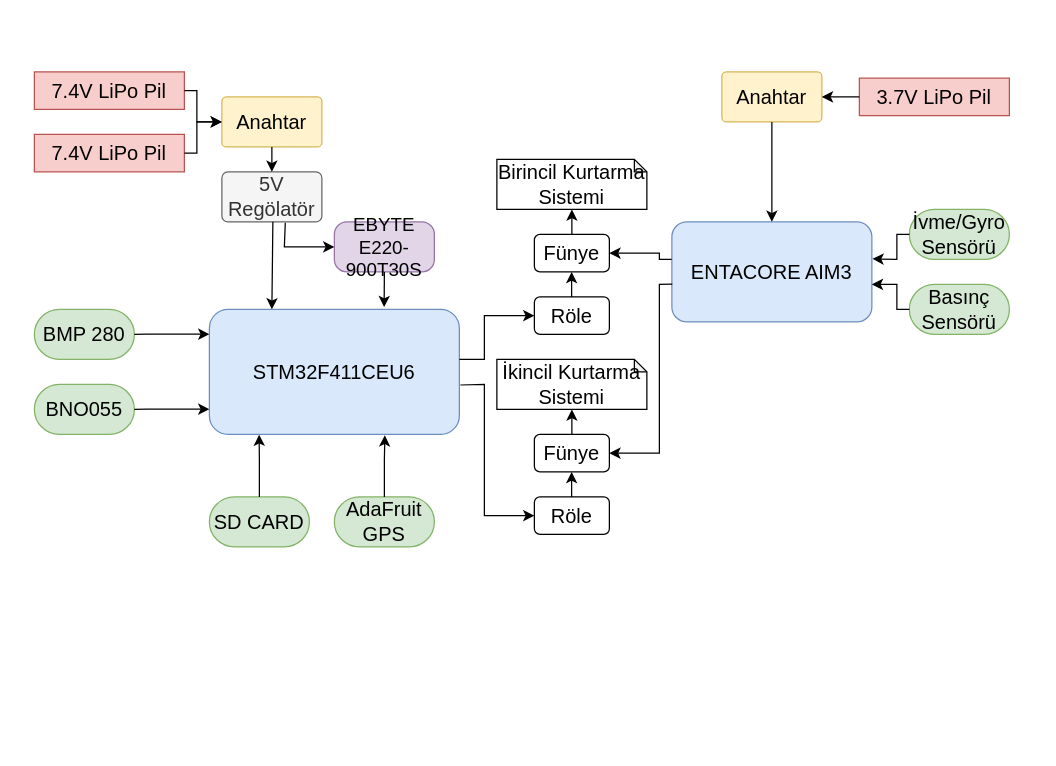
This is Başlıksız Diyagram.drawio from cemmgrgn/cemgirgin.github.io, a draw.io file, before an edit. Source tidied: cells renumbered, new cells numbered last; positions are measured from the earlier drawing's top-left corner, leaving out a move shared by most shapes. Both pictures are drawn from the tidied source at 125%, with x=0, y=0 at pixel (34, 71).
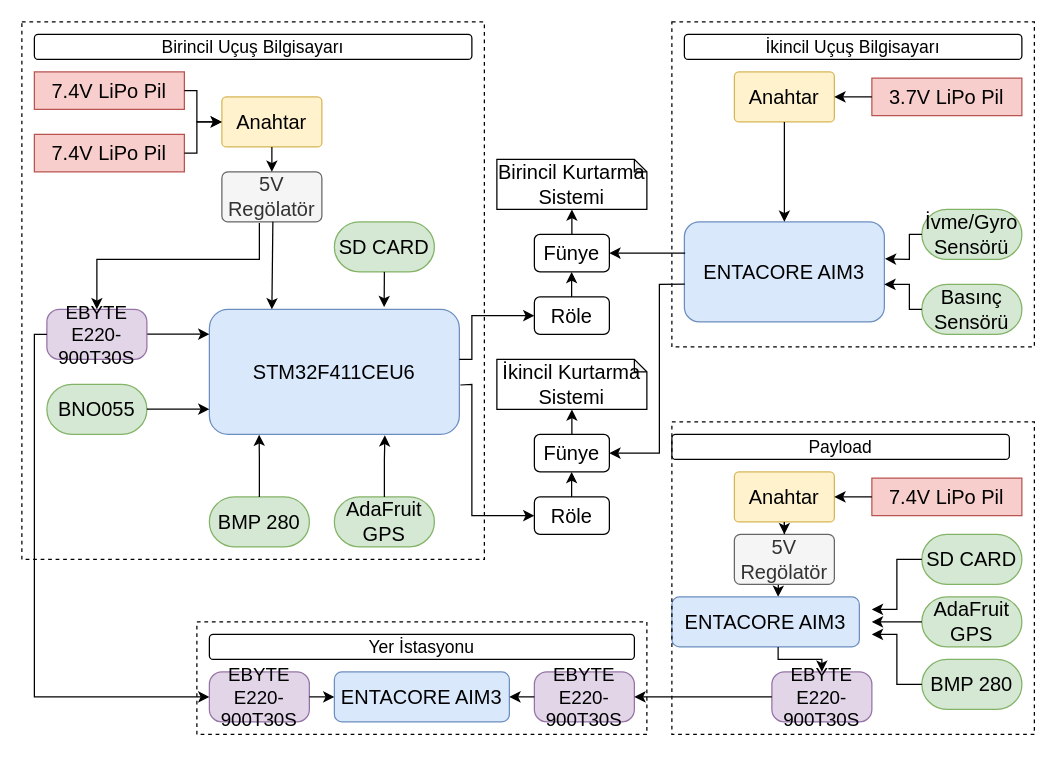
After the change.

Unchanged cells that the change refers to:
```xml
<mxCell id="5" value="5V Regölatör" style="rounded=1;whiteSpace=wrap;html=1;arcSize=12;fillColor=#f5f5f5;fontColor=#333333;strokeColor=#666666;fontFamily=Calibri;fontSize=16;" parent="1" vertex="1">
  <mxGeometry x="150" y="80" width="80" height="40" as="geometry" />
</mxCell>
<mxCell id="6" value="STM32F411CEU6" style="rounded=1;whiteSpace=wrap;html=1;fillColor=#dae8fc;strokeColor=#6c8ebf;fontFamily=Calibri;fontSize=16;" parent="1" vertex="1">
  <mxGeometry x="140" y="190" width="200" height="100" as="geometry" />
</mxCell>
<mxCell id="24" value="Röle" style="rounded=1;whiteSpace=wrap;html=1;fontFamily=Calibri;fontSize=16;" parent="1" vertex="1">
  <mxGeometry x="400" y="180" width="60" height="30" as="geometry" />
</mxCell>
<mxCell id="29" value="Röle" style="rounded=1;whiteSpace=wrap;html=1;fontFamily=Calibri;fontSize=16;" parent="1" vertex="1">
  <mxGeometry x="400" y="340" width="60" height="30" as="geometry" />
</mxCell>
```

What changed in the source:
```diff
@@
-    <mxCell id="7" value="EBYTE E220-900T30S" style="rounded=1;whiteSpace=wrap;html=1;arcSize=25;fillColor=#e1d5e7;strokeColor=#9673a6;fontFamily=Calibri;fontSize=15;" parent="1" vertex="1">
-      <mxGeometry x="240" y="120" width="80" height="40" as="geometry" />
-    </mxCell>
     <mxCell id="8" value="BMP 280" style="rounded=1;whiteSpace=wrap;html=1;arcSize=50;fillColor=#d5e8d4;strokeColor=#82b366;fontFamily=Calibri;fontSize=16;" parent="1" vertex="1">
-      <mxGeometry y="190" width="80" height="40" as="geometry" />
+      <mxGeometry x="140" y="340" width="80" height="40" as="geometry" />
     </mxCell>
     <mxCell id="9" value="BNO055" style="rounded=1;whiteSpace=wrap;html=1;arcSize=50;fillColor=#d5e8d4;strokeColor=#82b366;fontFamily=Calibri;fontSize=16;" parent="1" vertex="1">
-      <mxGeometry y="250" width="80" height="40" as="geometry" />
+      <mxGeometry x="10" y="250" width="80" height="40" as="geometry" />
     </mxCell>
     <mxCell id="10" value="SD CARD" style="rounded=1;whiteSpace=wrap;html=1;arcSize=50;fillColor=#d5e8d4;strokeColor=#82b366;fontFamily=Calibri;fontSize=16;" parent="1" vertex="1">
-      <mxGeometry x="140" y="340" width="80" height="40" as="geometry" />
+      <mxGeometry x="240" y="120" width="80" height="40" as="geometry" />
     </mxCell>
@@
     <mxCell id="13" style="endArrow=classic;html=1;rounded=0;fontFamily=Calibri;fontSize=16;" parent="1" edge="1">
       <mxGeometry relative="1" as="geometry">
         <mxPoint x="90" y="269.8" as="sourcePoint" />
         <mxPoint x="140" y="269.8" as="targetPoint" />
-        <Array as="points">
-          <mxPoint x="80" y="270" />
-          <mxPoint x="90" y="269.8" />
-        </Array>
       </mxGeometry>
     </mxCell>
-    <mxCell id="14" style="endArrow=classic;html=1;rounded=0;entryX=0.199;entryY=1.002;entryDx=0;entryDy=0;entryPerimeter=0;exitX=0.5;exitY=0;exitDx=0;exitDy=0;fontFamily=Calibri;fontSize=16;" parent="1" edge="1" source="10" target="6">
+    <mxCell id="14" style="endArrow=classic;html=1;rounded=0;entryX=0.199;entryY=1.002;entryDx=0;entryDy=0;entryPerimeter=0;fontFamily=Calibri;fontSize=16;" parent="1" edge="1" target="6">
       <mxGeometry relative="1" as="geometry">
+        <mxPoint x="180" y="340" as="sourcePoint" />
         <Array as="points">
           <mxPoint x="180" y="340" />
           <mxPoint x="180" y="330" />
           <mxPoint x="180" y="310" />
         </Array>
       </mxGeometry>
     </mxCell>
@@
-    <mxCell id="16" style="endArrow=classic;html=1;rounded=0;exitX=0.5;exitY=1;exitDx=0;exitDy=0;entryX=0.699;entryY=-0.018;entryDx=0;entryDy=0;entryPerimeter=0;fontFamily=Calibri;fontSize=16;" parent="1" edge="1" source="7" target="6">
-      <mxGeometry relative="1" as="geometry" />
+    <mxCell id="16" style="endArrow=classic;html=1;rounded=0;exitX=0.5;exitY=1;exitDx=0;exitDy=0;entryX=0.699;entryY=-0.018;entryDx=0;entryDy=0;entryPerimeter=0;fontFamily=Calibri;fontSize=16;" parent="1" edge="1" target="6">
+      <mxGeometry relative="1" as="geometry">
+        <mxPoint x="280" y="160" as="sourcePoint" />
+      </mxGeometry>
     </mxCell>
-    <mxCell id="17" style="endArrow=classic;html=1;rounded=0;entryX=0;entryY=0.5;entryDx=0;entryDy=0;exitX=0.634;exitY=1.019;exitDx=0;exitDy=0;exitPerimeter=0;fontFamily=Calibri;fontSize=16;" parent="1" edge="1" source="5" target="7">
+    <mxCell id="17" style="endArrow=classic;html=1;rounded=0;entryX=0.5;entryY=0;entryDx=0;entryDy=0;exitX=0.375;exitY=1.023;exitDx=0;exitDy=0;exitPerimeter=0;fontFamily=Calibri;fontSize=16;" parent="1" edge="1" source="5" target="63">
       <mxGeometry relative="1" as="geometry">
         <Array as="points">
-          <mxPoint x="200" y="140" />
+          <mxPoint x="180" y="150" />
+          <mxPoint x="50" y="150" />
         </Array>
       </mxGeometry>
     </mxCell>
@@
     <mxCell id="32" style="endArrow=classic;html=1;rounded=0;exitX=1.004;exitY=0.605;exitDx=0;exitDy=0;exitPerimeter=0;entryX=0;entryY=0.5;entryDx=0;entryDy=0;fontFamily=Calibri;fontSize=16;" parent="1" edge="1" source="6" target="29">
       <mxGeometry relative="1" as="geometry">
         <Array as="points">
-          <mxPoint x="360" y="250" />
-          <mxPoint x="360" y="355" />
+          <mxPoint x="350" y="250" />
+          <mxPoint x="350" y="355" />
         </Array>
       </mxGeometry>
     </mxCell>
     <mxCell id="33" style="endArrow=classic;html=1;rounded=0;entryX=0;entryY=0.5;entryDx=0;entryDy=0;fontFamily=Calibri;fontSize=16;" parent="1" edge="1" target="24">
       <mxGeometry relative="1" as="geometry">
         <mxPoint x="340" y="230" as="sourcePoint" />
         <Array as="points">
-          <mxPoint x="360" y="230" />
-          <mxPoint x="360" y="195" />
+          <mxPoint x="350" y="230" />
+          <mxPoint x="350" y="195" />
         </Array>
       </mxGeometry>
     </mxCell>
     <mxCell id="34" value="3.7V LiPo Pil" style="rounded=1;whiteSpace=wrap;html=1;arcSize=0;fillColor=#f8cecc;strokeColor=#b85450;fontFamily=Calibri;fontSize=16;" parent="1" vertex="1">
-      <mxGeometry x="660" y="5" width="120" height="30" as="geometry" />
+      <mxGeometry x="670" y="5" width="120" height="30" as="geometry" />
     </mxCell>
     <mxCell id="35" value="Anahtar" style="rounded=1;whiteSpace=wrap;html=1;arcSize=9;fillColor=#fff2cc;strokeColor=#d6b656;fontFamily=Calibri;fontSize=16;" parent="1" vertex="1">
-      <mxGeometry x="550" width="80" height="40" as="geometry" />
+      <mxGeometry x="560" width="80" height="40" as="geometry" />
     </mxCell>
     <mxCell id="36" value="ENTACORE AIM3" style="rounded=1;whiteSpace=wrap;html=1;fillColor=#dae8fc;strokeColor=#6c8ebf;fontFamily=Calibri;fontSize=16;" parent="1" vertex="1">
-      <mxGeometry x="510" y="120" width="160" height="80" as="geometry" />
+      <mxGeometry x="520" y="120" width="160" height="80" as="geometry" />
     </mxCell>
@@
     <mxCell id="39" value="İvme/Gyro Sensörü" style="rounded=1;whiteSpace=wrap;html=1;arcSize=50;fillColor=#d5e8d4;strokeColor=#82b366;fontFamily=Calibri;fontSize=16;" parent="1" vertex="1">
-      <mxGeometry x="700" y="110" width="80" height="40" as="geometry" />
+      <mxGeometry x="710" y="110" width="80" height="40" as="geometry" />
     </mxCell>
     <mxCell id="40" value="Basınç Sensörü" style="rounded=1;whiteSpace=wrap;html=1;arcSize=50;fillColor=#d5e8d4;strokeColor=#82b366;fontFamily=Calibri;fontSize=16;" parent="1" vertex="1">
-      <mxGeometry x="700" y="170" width="80" height="40" as="geometry" />
+      <mxGeometry x="710" y="170" width="80" height="40" as="geometry" />
     </mxCell>
     <mxCell id="41" style="endArrow=classic;html=1;rounded=0;exitX=0;exitY=0.5;exitDx=0;exitDy=0;entryX=1.006;entryY=0.611;entryDx=0;entryDy=0;entryPerimeter=0;fontFamily=Calibri;fontSize=16;" parent="1" edge="1" source="40">
       <mxGeometry relative="1" as="geometry">
-        <mxPoint x="670" y="170" as="targetPoint" />
+        <mxPoint x="680" y="170" as="targetPoint" />
         <Array as="points">
-          <mxPoint x="690" y="190" />
-          <mxPoint x="690" y="170" />
+          <mxPoint x="700" y="190" />
+          <mxPoint x="700" y="170" />
         </Array>
       </mxGeometry>
     </mxCell>
     <mxCell id="42" style="endArrow=classic;html=1;rounded=0;entryX=1.003;entryY=0.37;entryDx=0;entryDy=0;entryPerimeter=0;exitX=0;exitY=0.5;exitDx=0;exitDy=0;fontFamily=Calibri;fontSize=16;" parent="1" edge="1" source="39" target="36">
       <mxGeometry relative="1" as="geometry">
         <Array as="points">
-          <mxPoint x="690" y="130" />
-          <mxPoint x="690" y="150" />
+          <mxPoint x="700" y="130" />
+          <mxPoint x="700" y="150" />
         </Array>
       </mxGeometry>
     </mxCell>
-    <mxCell id="43" style="endArrow=classic;html=1;rounded=0;exitX=-0.001;exitY=0.375;exitDx=0;exitDy=0;exitPerimeter=0;" parent="1" edge="1" source="36">
+    <mxCell id="43" style="endArrow=classic;html=1;rounded=0;exitX=0.004;exitY=0.313;exitDx=0;exitDy=0;exitPerimeter=0;" parent="1" edge="1" source="36">
       <mxGeometry relative="1" as="geometry">
         <mxPoint x="460" y="145" as="targetPoint" />
         <Array as="points">
-          <mxPoint x="500" y="150" />
           <mxPoint x="500" y="145" />
         </Array>
       </mxGeometry>
     </mxCell>
@@
+    <mxCell id="45" value="ENTACORE AIM3" style="rounded=1;whiteSpace=wrap;html=1;fillColor=#dae8fc;strokeColor=#6c8ebf;fontFamily=Calibri;fontSize=16;" parent="1" vertex="1">
+      <mxGeometry x="240" y="480" width="140" height="40" as="geometry" />
+    </mxCell>
+    <mxCell id="46" value="EBYTE E220-900T30S" style="rounded=1;whiteSpace=wrap;html=1;arcSize=25;fillColor=#e1d5e7;strokeColor=#9673a6;fontFamily=Calibri;fontSize=15;" parent="1" vertex="1">
+      <mxGeometry x="140" y="480" width="80" height="40" as="geometry" />
+    </mxCell>
+    <mxCell id="47" value="EBYTE E220-900T30S" style="rounded=1;whiteSpace=wrap;html=1;arcSize=25;fillColor=#e1d5e7;strokeColor=#9673a6;fontFamily=Calibri;fontSize=15;" parent="1" vertex="1">
+      <mxGeometry x="400" y="480" width="80" height="40" as="geometry" />
+    </mxCell>
+    <mxCell id="48" value="7.4V LiPo Pil" style="rounded=1;whiteSpace=wrap;html=1;arcSize=0;fillColor=#f8cecc;strokeColor=#b85450;fontFamily=Calibri;fontSize=16;" parent="1" vertex="1">
+      <mxGeometry x="670" y="325" width="120" height="30" as="geometry" />
+    </mxCell>
+    <mxCell id="49" style="edgeStyle=orthogonalEdgeStyle;rounded=0;jettySize=auto;html=1;" parent="1" edge="1" source="50">
+      <mxGeometry relative="1" as="geometry">
+        <mxPoint x="595" y="420" as="targetPoint" />
+      </mxGeometry>
+    </mxCell>
+    <mxCell id="50" value="Anahtar" style="rounded=1;whiteSpace=wrap;html=1;arcSize=9;fillColor=#fff2cc;strokeColor=#d6b656;fontFamily=Calibri;fontSize=16;" parent="1" vertex="1">
+      <mxGeometry x="560" y="320" width="80" height="40" as="geometry" />
+    </mxCell>
+    <mxCell id="51" value="5V Regölatör" style="rounded=1;whiteSpace=wrap;html=1;arcSize=12;fillColor=#f5f5f5;fontColor=#333333;strokeColor=#666666;fontFamily=Calibri;fontSize=16;" parent="1" vertex="1">
+      <mxGeometry x="560" y="370" width="80" height="40" as="geometry" />
+    </mxCell>
+    <mxCell id="52" value="EBYTE E220-900T30S" style="rounded=1;whiteSpace=wrap;html=1;arcSize=25;fillColor=#e1d5e7;strokeColor=#9673a6;fontFamily=Calibri;fontSize=15;" parent="1" vertex="1">
+      <mxGeometry x="590" y="480" width="80" height="40" as="geometry" />
+    </mxCell>
+    <mxCell id="53" value="ENTACORE AIM3" style="rounded=1;whiteSpace=wrap;html=1;fillColor=#dae8fc;strokeColor=#6c8ebf;fontFamily=Calibri;fontSize=16;" parent="1" vertex="1">
+      <mxGeometry x="510" y="420" width="150" height="40" as="geometry" />
+    </mxCell>
+    <mxCell id="54" value="SD CARD" style="rounded=1;whiteSpace=wrap;html=1;arcSize=50;fillColor=#d5e8d4;strokeColor=#82b366;fontFamily=Calibri;fontSize=16;" parent="1" vertex="1">
+      <mxGeometry x="710" y="370" width="80" height="40" as="geometry" />
+    </mxCell>
+    <mxCell id="55" value="AdaFruit GPS" style="rounded=1;whiteSpace=wrap;html=1;arcSize=50;fillColor=#d5e8d4;strokeColor=#82b366;fontFamily=Calibri;fontSize=16;" parent="1" vertex="1">
+      <mxGeometry x="710" y="420" width="80" height="40" as="geometry" />
+    </mxCell>
+    <mxCell id="56" value="BMP 280" style="rounded=1;whiteSpace=wrap;html=1;arcSize=50;fillColor=#d5e8d4;strokeColor=#82b366;fontFamily=Calibri;fontSize=16;" parent="1" vertex="1">
+      <mxGeometry x="710" y="470" width="80" height="40" as="geometry" />
+    </mxCell>
+    <mxCell id="57" style="endArrow=classic;html=1;rounded=0;exitX=0;exitY=0.5;exitDx=0;exitDy=0;entryX=1;entryY=0.5;entryDx=0;entryDy=0;" parent="1" edge="1" source="48" target="50">
+      <mxGeometry relative="1" as="geometry">
+        <Array as="points">
+          <mxPoint x="660" y="340" />
+        </Array>
+      </mxGeometry>
+    </mxCell>
+    <mxCell id="58" style="endArrow=classic;html=1;rounded=0;entryX=0.5;entryY=0;entryDx=0;entryDy=0;exitX=0.5;exitY=1;exitDx=0;exitDy=0;" parent="1" edge="1" source="50" target="51">
+      <mxGeometry relative="1" as="geometry" />
+    </mxCell>
+    <mxCell id="59" style="endArrow=classic;html=1;rounded=0;exitX=0.5;exitY=1;exitDx=0;exitDy=0;entryX=0.5;entryY=0;entryDx=0;entryDy=0;" parent="1" edge="1" target="52">
+      <mxGeometry relative="1" as="geometry">
+        <mxPoint x="595" y="460" as="sourcePoint" />
+        <Array as="points">
+          <mxPoint x="595" y="470" />
+          <mxPoint x="630" y="470" />
+        </Array>
+      </mxGeometry>
+    </mxCell>
+    <mxCell id="60" style="endArrow=classic;html=1;rounded=0;exitX=0;exitY=0.5;exitDx=0;exitDy=0;entryX=1;entryY=0.25;entryDx=0;entryDy=0;" parent="1" edge="1" source="54">
+      <mxGeometry relative="1" as="geometry">
+        <mxPoint x="670" y="430" as="targetPoint" />
+        <Array as="points">
+          <mxPoint x="690" y="390" />
+          <mxPoint x="690" y="430" />
+        </Array>
+      </mxGeometry>
+    </mxCell>
+    <mxCell id="61" style="endArrow=classic;html=1;rounded=0;exitX=0;exitY=0.5;exitDx=0;exitDy=0;entryX=1.02;entryY=0.25;entryDx=0;entryDy=0;entryPerimeter=0;" parent="1" edge="1" source="55">
+      <mxGeometry relative="1" as="geometry">
+        <mxPoint x="670" y="440" as="targetPoint" />
+      </mxGeometry>
+    </mxCell>
+    <mxCell id="62" style="endArrow=classic;html=1;rounded=0;exitX=0;exitY=0.5;exitDx=0;exitDy=0;entryX=1;entryY=0.75;entryDx=0;entryDy=0;" parent="1" edge="1" source="56">
+      <mxGeometry relative="1" as="geometry">
+        <mxPoint x="670" y="450" as="targetPoint" />
+        <Array as="points">
+          <mxPoint x="690" y="490" />
+          <mxPoint x="690" y="450" />
+        </Array>
+      </mxGeometry>
+    </mxCell>
+    <mxCell id="63" value="EBYTE E220-900T30S" style="rounded=1;whiteSpace=wrap;html=1;arcSize=25;fillColor=#e1d5e7;strokeColor=#9673a6;fontFamily=Calibri;fontSize=15;" parent="1" vertex="1">
+      <mxGeometry x="10" y="190" width="80" height="40" as="geometry" />
+    </mxCell>
+    <mxCell id="64" style="endArrow=classic;html=1;rounded=0;exitX=0;exitY=0.5;exitDx=0;exitDy=0;entryX=0;entryY=0.5;entryDx=0;entryDy=0;" parent="1" edge="1" source="63" target="46">
+      <mxGeometry relative="1" as="geometry">
+        <Array as="points">
+          <mxPoint y="210" />
+          <mxPoint y="500" />
+        </Array>
+      </mxGeometry>
+    </mxCell>
+    <mxCell id="65" style="endArrow=classic;html=1;rounded=0;exitX=0;exitY=0.5;exitDx=0;exitDy=0;entryX=1;entryY=0.5;entryDx=0;entryDy=0;" parent="1" edge="1" source="52" target="47">
+      <mxGeometry relative="1" as="geometry">
+        <Array as="points">
+          <mxPoint x="550" y="500" />
+        </Array>
+      </mxGeometry>
+    </mxCell>
+    <mxCell id="66" style="endArrow=classic;html=1;rounded=0;exitX=1;exitY=0.5;exitDx=0;exitDy=0;entryX=0;entryY=0.5;entryDx=0;entryDy=0;" parent="1" edge="1" source="46" target="45">
+      <mxGeometry relative="1" as="geometry" />
+    </mxCell>
+    <mxCell id="67" style="endArrow=classic;html=1;rounded=0;exitX=0;exitY=0.5;exitDx=0;exitDy=0;entryX=1;entryY=0.5;entryDx=0;entryDy=0;" parent="1" edge="1" source="47" target="45">
+      <mxGeometry relative="1" as="geometry" />
+    </mxCell>
+    <mxCell id="68" value="Birincil Uçuş Bilgisayarı" style="rounded=1;whiteSpace=wrap;html=1;fontSize=14;fontFamily=Calibri;" parent="1" vertex="1">
+      <mxGeometry y="-30" width="350" height="20" as="geometry" />
+    </mxCell>
+    <mxCell id="69" value="İkincil Uçuş Bilgisayarı" style="rounded=1;whiteSpace=wrap;html=1;fontSize=14;fontFamily=Calibri;" parent="1" vertex="1">
+      <mxGeometry x="520" y="-30" width="270" height="20" as="geometry" />
+    </mxCell>
+    <mxCell id="70" value="Payload" style="rounded=1;whiteSpace=wrap;html=1;fontSize=14;fontFamily=Calibri;" parent="1" vertex="1">
+      <mxGeometry x="510" y="290" width="270" height="20" as="geometry" />
+    </mxCell>
+    <mxCell id="71" value="Yer İstasyonu" style="rounded=1;whiteSpace=wrap;html=1;fontSize=14;fontFamily=Calibri;" parent="1" vertex="1">
+      <mxGeometry x="140" y="450" width="340" height="20" as="geometry" />
+    </mxCell>
+    <mxCell id="72" style="rounded=0;whiteSpace=wrap;html=1;dashed=1;fillColor=none;" parent="1" vertex="1">
+      <mxGeometry x="-10" y="-40" width="370" height="430" as="geometry" />
+    </mxCell>
+    <mxCell id="73" style="rounded=0;whiteSpace=wrap;html=1;dashed=1;fillColor=none;" parent="1" vertex="1">
+      <mxGeometry x="510" y="-40" width="290" height="260" as="geometry" />
+    </mxCell>
+    <mxCell id="74" style="rounded=0;whiteSpace=wrap;html=1;dashed=1;fillColor=none;" parent="1" vertex="1">
+      <mxGeometry x="510" y="280" width="290" height="250" as="geometry" />
+    </mxCell>
+    <mxCell id="75" style="rounded=0;whiteSpace=wrap;html=1;dashed=1;fillColor=none;" parent="1" vertex="1">
+      <mxGeometry x="130" y="440" width="360" height="90" as="geometry" />
+    </mxCell>
+    <mxCell id="76" style="edgeStyle=orthogonalEdgeStyle;rounded=0;orthogonalLoop=1;jettySize=auto;html=1;exitX=0.5;exitY=1;exitDx=0;exitDy=0;" parent="1" edge="1" source="75" target="75">
+      <mxGeometry relative="1" as="geometry" />
+    </mxCell>
```
